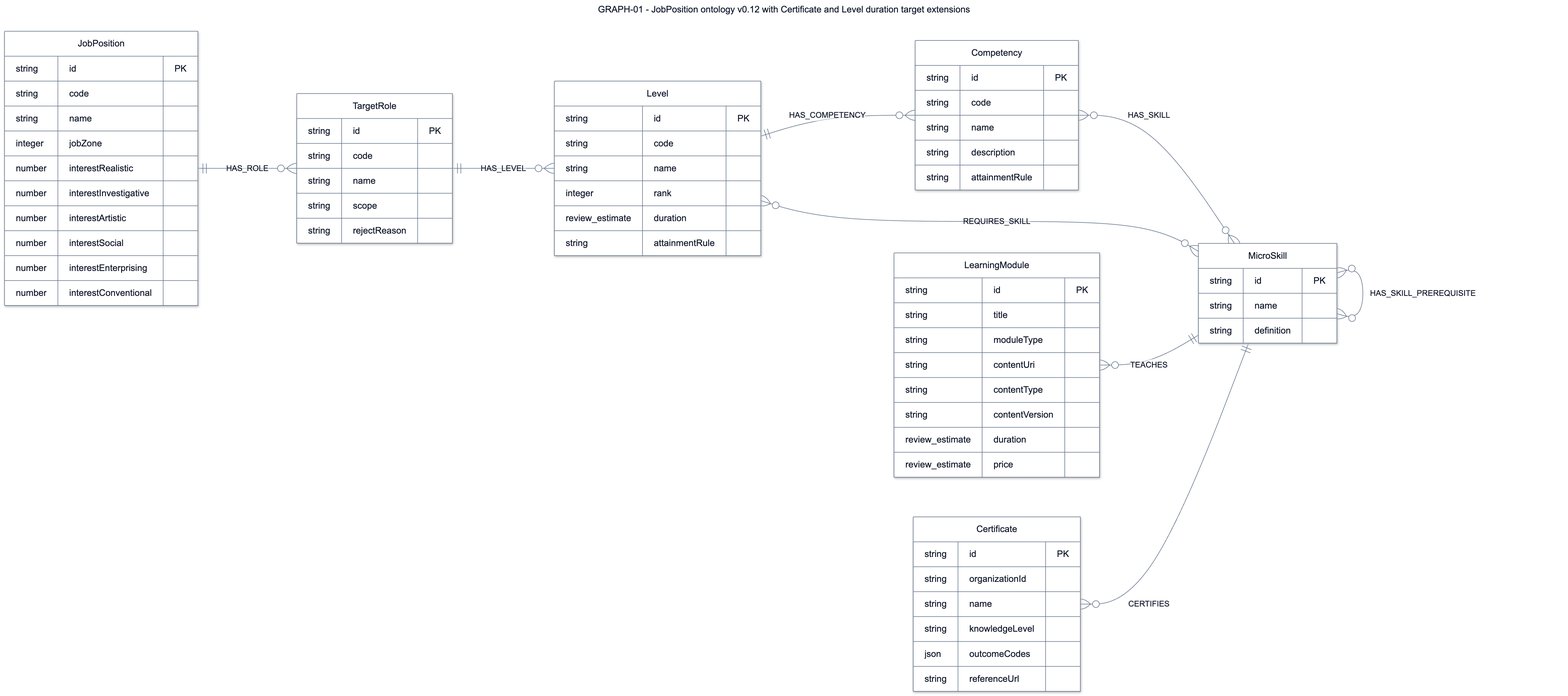
Before: documents/diagrams/mermaid/graph-01.png, a diagram exported from Mermaid (SEP490-Fall-2026-GFA26SE64/SEP490). Its source is kept beside it as documents/diagrams/mermaid/graph-01.mmd.
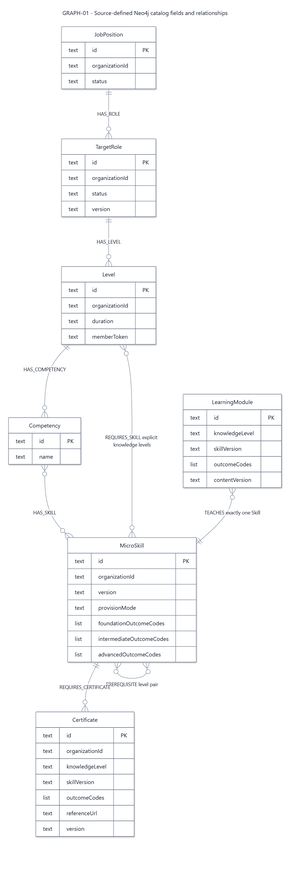
After the commit.

Change to the diagram source:
```diff
@@ -1,71 +1,62 @@
 ---
-title: "GRAPH-01 - JobPosition ontology v0.12 with Certificate and Level duration target extensions"
-config: {"theme":"base","fontFamily":"Segoe UI, Arial, sans-serif","themeVariables":{"fontFamily":"Segoe UI, Arial, sans-serif","fontSize":"16px","primaryColor":"#ffffff","primaryTextColor":"#0f1729","primaryBorderColor":"#64748b","secondaryColor":"#fef3eb","tertiaryColor":"#ffffff","lineColor":"#64748b","textColor":"#0f1729","mainBkg":"#ffffff","background":"#ffffff","clusterBkg":"#ffffff","clusterBorder":"#64748b","edgeLabelBackground":"#ffffff","titleColor":"#0f1729","noteBkgColor":"#fef3eb","noteTextColor":"#0f1729","noteBorderColor":"#e6650f","attributeBackgroundColorOdd":"#ffffff","attributeBackgroundColorEven":"#ffffff","secondaryBorderColor":"#64748b","tertiaryBorderColor":"#64748b","secondaryTextColor":"#0f1729","tertiaryTextColor":"#0f1729"},"layout":"dagre","er":{"layoutDirection":"LR","nodeSpacing":70,"rankSpacing":100,"entityPadding":16,"fontSize":16,"minEntityWidth":140,"diagramPadding":32}}
+title: "GRAPH-01 - Source-defined Neo4j catalog fields and relationships"
+config: {"theme":"base","fontFamily":"Segoe UI, Arial, sans-serif","themeVariables":{"fontFamily":"Segoe UI, Arial, sans-serif","fontSize":"16px","primaryColor":"#ffffff","primaryTextColor":"#0f1729","primaryBorderColor":"#64748b","secondaryColor":"#fef3eb","tertiaryColor":"#ffffff","lineColor":"#64748b","textColor":"#0f1729","mainBkg":"#ffffff","background":"#ffffff","clusterBkg":"#ffffff","clusterBorder":"#64748b","edgeLabelBackground":"#ffffff","titleColor":"#0f1729","noteBkgColor":"#fef3eb","noteTextColor":"#0f1729","noteBorderColor":"#e6650f","attributeBackgroundColorOdd":"#ffffff","attributeBackgroundColorEven":"#ffffff","secondaryBorderColor":"#64748b","tertiaryBorderColor":"#64748b","secondaryTextColor":"#0f1729","tertiaryTextColor":"#0f1729"},"layout":"dagre","er":{"layoutDirection":"LR","nodeSpacing":70,"rankSpacing":120,"entityPadding":16,"fontSize":16,"minEntityWidth":140,"diagramPadding":32}}
 ---
+
 erDiagram
-  direction LR
-  SDD_GRAPH_01_JobPosition["JobPosition"] {
-    string id PK
-    string code
-    string name
-    integer jobZone
-    number interestRealistic
-    number interestInvestigative
-    number interestArtistic
-    number interestSocial
-    number interestEnterprising
-    number interestConventional
+  direction TB
+  JobPosition ||--o{ TargetRole : "HAS_ROLE"
+  TargetRole ||--o{ Level : "HAS_LEVEL"
+  Level ||--o{ Competency : "HAS_COMPETENCY"
+  Competency }o--o{ MicroSkill : "HAS_SKILL"
+  Level }o--o{ MicroSkill : "REQUIRES_SKILL explicit knowledge levels"
+  LearningModule }o--|| MicroSkill : "TEACHES exactly one Skill"
+  MicroSkill }o--o{ MicroSkill : "PREREQUISITE level pair"
+  MicroSkill ||--o{ Certificate : "REQUIRES_CERTIFICATE"
+
+  JobPosition {
+    text id PK
+    text organizationId
+    text status
   }
-  SDD_GRAPH_01_TargetRole["TargetRole"] {
-    string id PK
-    string code
-    string name
-    string scope
-    string rejectReason
+  TargetRole {
+    text id PK
+    text organizationId
+    text status
+    text version
   }
-  SDD_GRAPH_01_Level["Level"] {
-    string id PK
-    string code
-    string name
-    integer rank
-    review_estimate duration
-    string attainmentRule
+  Level {
+    text id PK
+    text organizationId
+    text duration
+    text memberToken
   }
-  SDD_GRAPH_01_Competency["Competency"] {
-    string id PK
-    string code
-    string name
-    string description
-    string attainmentRule
+  Competency {
+    text id PK
+    text name
   }
-  SDD_GRAPH_01_MicroSkill["MicroSkill"] {
-    string id PK
-    string name
-    string definition
+  MicroSkill {
+    text id PK
+    text organizationId
+    text version
+    text provisionMode
+    list foundationOutcomeCodes
+    list intermediateOutcomeCodes
+    list advancedOutcomeCodes
   }
-  SDD_GRAPH_01_LearningModule["LearningModule"] {
-    string id PK
-    string title
-    string moduleType
-    string contentUri
-    string contentType
-    string contentVersion
-    review_estimate duration
-    review_estimate price
+  LearningModule {
+    text id PK
+    text knowledgeLevel
+    text skillVersion
+    list outcomeCodes
+    text contentVersion
   }
-  SDD_GRAPH_01_Certificate["Certificate"] {
-    string id PK
-    string organizationId
-    string name
-    string knowledgeLevel
-    json outcomeCodes
-    string referenceUrl
+  Certificate {
+    text id PK
+    text organizationId
+    text knowledgeLevel
+    text skillVersion
+    list outcomeCodes
+    text referenceUrl
+    text version
   }
-  SDD_GRAPH_01_JobPosition ||--o{ SDD_GRAPH_01_TargetRole : "HAS_ROLE"
-  SDD_GRAPH_01_TargetRole ||--o{ SDD_GRAPH_01_Level : "HAS_LEVEL"
-  SDD_GRAPH_01_Level ||--o{ SDD_GRAPH_01_Competency : "HAS_COMPETENCY"
-  SDD_GRAPH_01_Competency }o--o{ SDD_GRAPH_01_MicroSkill : "HAS_SKILL"
-  SDD_GRAPH_01_Level }o--o{ SDD_GRAPH_01_MicroSkill : "REQUIRES_SKILL"
-  SDD_GRAPH_01_LearningModule }o--|| SDD_GRAPH_01_MicroSkill : "TEACHES"
-  SDD_GRAPH_01_MicroSkill }o--o{ SDD_GRAPH_01_MicroSkill : "HAS_SKILL_PREREQUISITE"
-  SDD_GRAPH_01_Certificate }o--|| SDD_GRAPH_01_MicroSkill : "CERTIFIES"
```
